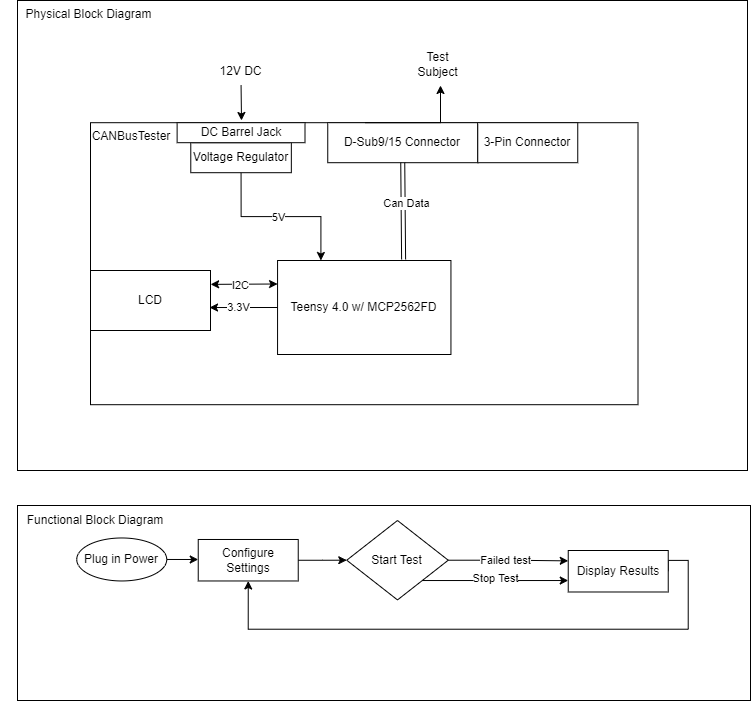
This is figures/CANBusTester.drawio.png from SystemsCyber/CANBusTester, a draw.io export, as it was before one commit. Source tidied: cells renumbered, new cells last; positions are measured from the earlier drawing's top-left corner, leaving out a move shared by most shapes.
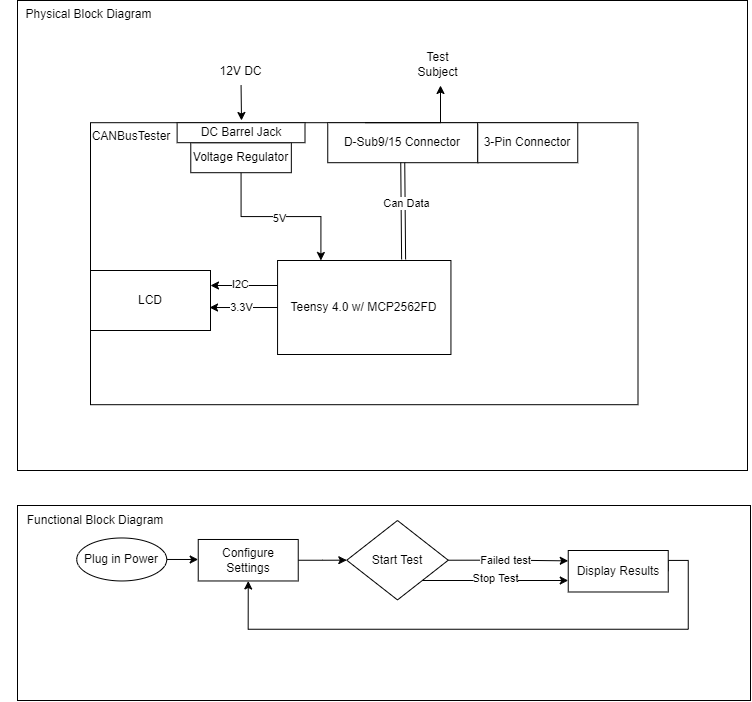
The same file after the commit.

The edit, as a diff of the source:
```diff
@@ -52,7 +52,7 @@
     </mxCell>
     <mxCell id="18" value="3.3V" style="edgeLabel;html=1;align=center;verticalAlign=middle;" parent="17" vertex="1">
       <mxGeometry x="0.17" relative="1" as="geometry">
-        <mxPoint x="1" as="offset" />
+        <mxPoint x="4" as="offset" />
       </mxGeometry>
     </mxCell>
     <mxCell id="19" style="shape=link;html=1;rounded=0;entryX=0.5;entryY=1;entryDx=0;entryDy=0;exitX=0.727;exitY=-0.011;exitDx=0;exitDy=0;exitPerimeter=0;" parent="5" edge="1" source="15" target="8">
@@ -61,11 +61,13 @@
     <mxCell id="20" value="Can Data" style="edgeLabel;html=1;align=center;verticalAlign=middle;" parent="19" vertex="1">
       <mxGeometry x="0.17" y="-3" relative="1" as="geometry" />
     </mxCell>
-    <mxCell id="21" style="endArrow=classic;startArrow=classic;html=1;rounded=0;entryX=0;entryY=0.25;entryDx=0;entryDy=0;exitX=1.001;exitY=0.231;exitDx=0;exitDy=0;exitPerimeter=0;" parent="5" edge="1" source="16" target="15">
-      <mxGeometry relative="1" as="geometry" />
-    </mxCell>
+    <mxCell id="40" style="endArrow=classic;html=1;rounded=0;exitX=0;exitY=0.266;exitDx=0;exitDy=0;entryX=1;entryY=0.25;entryDx=0;entryDy=0;exitPerimeter=0;" parent="5" edge="1" source="15" target="16">
+      <mxGeometry relative="1" as="geometry" />
+    </mxCell>
-    <mxCell id="22" value="I2C" style="edgeLabel;html=1;align=center;verticalAlign=middle;" parent="21" vertex="1">
-      <mxGeometry x="-0.12" y="-1" relative="1" as="geometry" />
+    <mxCell id="22" value="I2C" style="edgeLabel;html=1;align=center;verticalAlign=middle;" parent="40" vertex="1">
+      <mxGeometry x="-0.04" y="-1" relative="1" as="geometry">
+        <mxPoint x="-5" as="offset" />
+      </mxGeometry>
     </mxCell>
     <mxCell id="23" value="Physical Block Diagram" style="text;html=1;strokeColor=none;fillColor=none;align=center;verticalAlign=middle;whiteSpace=wrap;rounded=0;" parent="3" vertex="1">
       <mxGeometry x="-17" width="177" height="28.2" as="geometry" />
```
